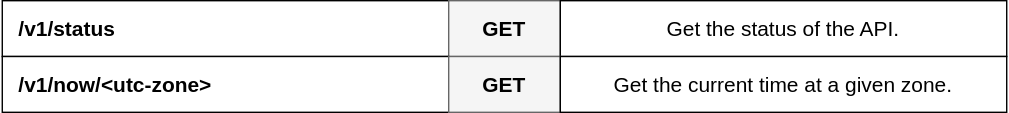
Above: routes.svg in Joffreybvn/medium-time-api (draw.io), before the change. Source tidied: cells renumbered, new cells last; positions are measured from the earlier drawing's top-left corner, leaving out a move shared by most shapes.
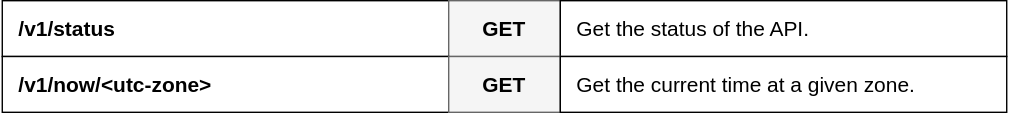
The same file after the commit.

Change to the diagram source:
```diff
@@ -17,8 +17,8 @@
     <mxCell id="6" style="rounded=0;whiteSpace=wrap;html=1;" parent="1" vertex="1">
       <mxGeometry x="400" width="320" height="40" as="geometry" />
     </mxCell>
-    <mxCell id="7" value="&lt;font style=&quot;font-size: 15px&quot;&gt;Get the status of the API.&lt;/font&gt;" style="text;html=1;strokeColor=none;fillColor=none;align=center;verticalAlign=middle;whiteSpace=wrap;rounded=0;" parent="1" vertex="1">
-      <mxGeometry x="400" y="10" width="320" height="20" as="geometry" />
+    <mxCell id="7" value="&lt;font style=&quot;font-size: 15px&quot;&gt;Get the status of the API.&lt;/font&gt;" style="text;html=1;strokeColor=none;fillColor=none;align=left;verticalAlign=middle;whiteSpace=wrap;rounded=0;" parent="1" vertex="1">
+      <mxGeometry x="410" y="10" width="310" height="20" as="geometry" />
     </mxCell>
     <mxCell id="8" style="rounded=0;whiteSpace=wrap;html=1;" parent="1" vertex="1">
       <mxGeometry y="40" width="320" height="40" as="geometry" />
@@ -35,8 +35,8 @@
     <mxCell id="12" style="rounded=0;whiteSpace=wrap;html=1;" parent="1" vertex="1">
       <mxGeometry x="400" y="40" width="320" height="40" as="geometry" />
     </mxCell>
-    <mxCell id="13" value="&lt;font style=&quot;font-size: 15px&quot;&gt;Get the current time at a given zone.&lt;/font&gt;" style="text;html=1;strokeColor=none;fillColor=none;align=center;verticalAlign=middle;whiteSpace=wrap;rounded=0;" parent="1" vertex="1">
-      <mxGeometry x="400" y="50" width="320" height="20" as="geometry" />
+    <mxCell id="13" value="&lt;font style=&quot;font-size: 15px&quot;&gt;Get the current time at a given zone.&lt;/font&gt;" style="text;html=1;strokeColor=none;fillColor=none;align=left;verticalAlign=middle;whiteSpace=wrap;rounded=0;" parent="1" vertex="1">
+      <mxGeometry x="410" y="50" width="310" height="20" as="geometry" />
     </mxCell>
   </root>
 </mxGraphModel>
```
